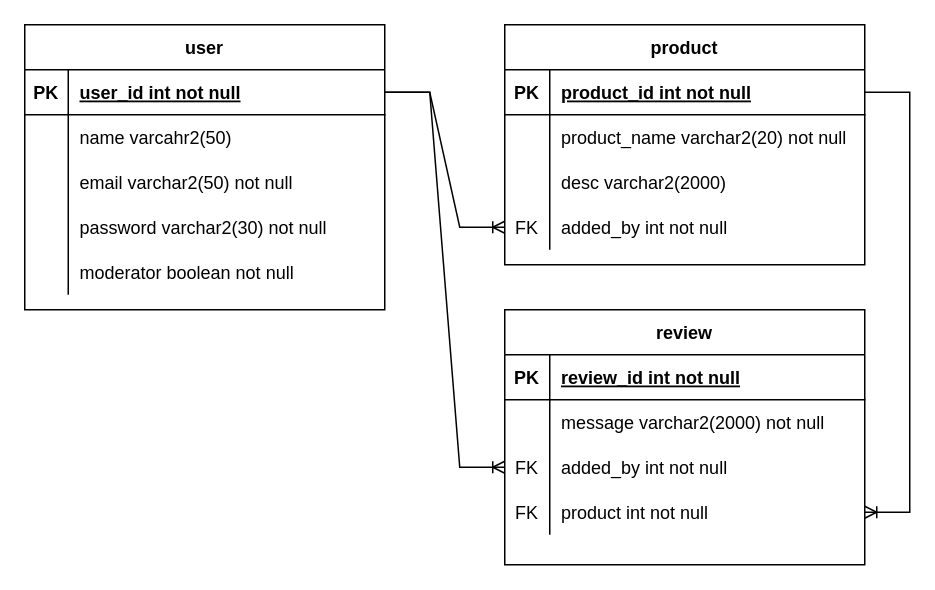
Above: Dokumentáció/database diagram.drawio in gyorkistamas/afp1_mini_newcodeorderby (draw.io), before the change. Source tidied: cells renumbered, new cells numbered last; positions are measured from the earlier drawing's top-left corner, leaving out a move shared by most shapes. Both pictures are drawn from the tidied source at 150%, with x=0, y=0 at pixel (24, 24).
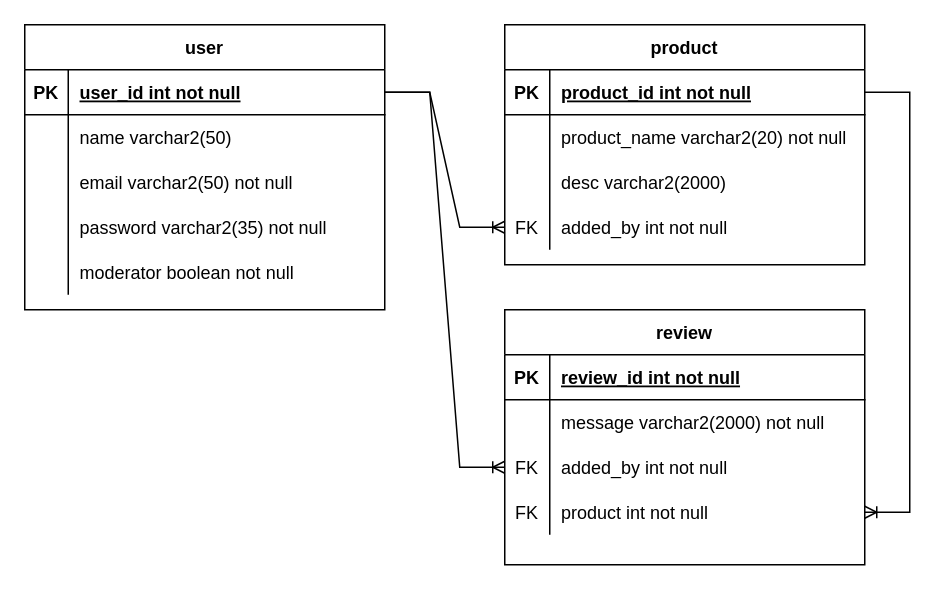
The same page after the edit.

Commit message (it also covers changes not shown here):
adatbázis terv javítása

The change refers to these unchanged cells:
```xml
<mxCell id="32" style="shape=partialRectangle;fillColor=none;top=0;left=0;right=0;bottom=0;" parent="28" vertex="1">
  <mxGeometry y="60" width="240" height="30" as="geometry" />
</mxCell>
<mxCell id="38" style="shape=partialRectangle;fillColor=none;top=0;left=0;right=0;bottom=0;" parent="28" vertex="1">
  <mxGeometry y="120" width="240" height="30" as="geometry" />
</mxCell>
```

The edit, as a diff of the source:
```diff
@@
-    <mxCell id="34" value="name varcahr2(50)" style="shape=partialRectangle;overflow=hidden;fillColor=none;top=0;left=0;bottom=0;right=0;align=left;spacingLeft=6;strokeColor=none;" parent="32" vertex="1">
+    <mxCell id="34" value="name varchar2(50)" style="shape=partialRectangle;overflow=hidden;fillColor=none;top=0;left=0;bottom=0;right=0;align=left;spacingLeft=6;strokeColor=none;" parent="32" vertex="1">
       <mxGeometry x="29" width="211" height="30" as="geometry" />
     </mxCell>
@@
-    <mxCell id="40" value="password varchar2(30) not null" style="shape=partialRectangle;overflow=hidden;fillColor=none;top=0;left=0;bottom=0;right=0;align=left;spacingLeft=6;strokeColor=none;" parent="38" vertex="1">
+    <mxCell id="40" value="password varchar2(35) not null" style="shape=partialRectangle;overflow=hidden;fillColor=none;top=0;left=0;bottom=0;right=0;align=left;spacingLeft=6;strokeColor=none;" parent="38" vertex="1">
       <mxGeometry x="29" width="211" height="30" as="geometry" />
     </mxCell>
```
